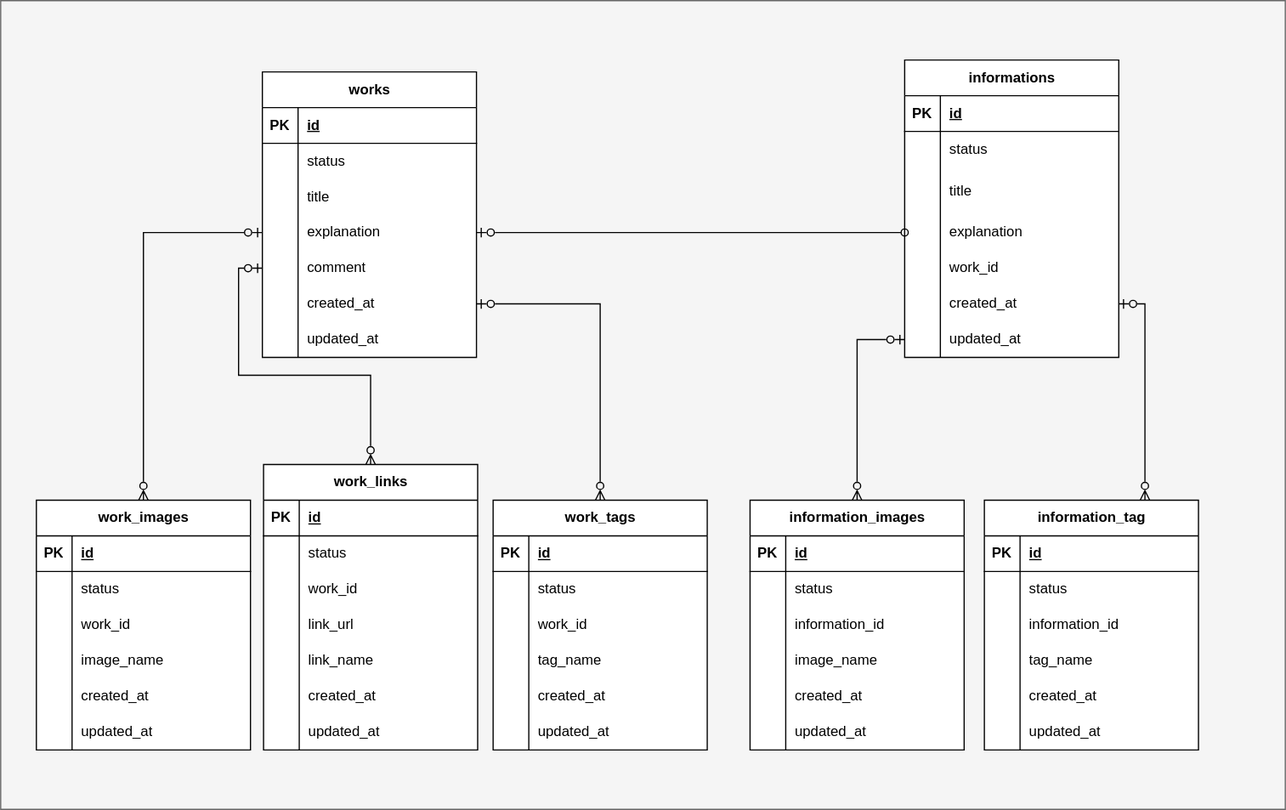
This is SpecificationDocuments/draw/img/portfolio-ER.svg from nekkiChan/Portfolio, a draw.io export, as it was before one commit. Source tidied: cells renumbered, new cells last; positions are measured from the earlier drawing's top-left corner, leaving out a move shared by most shapes.
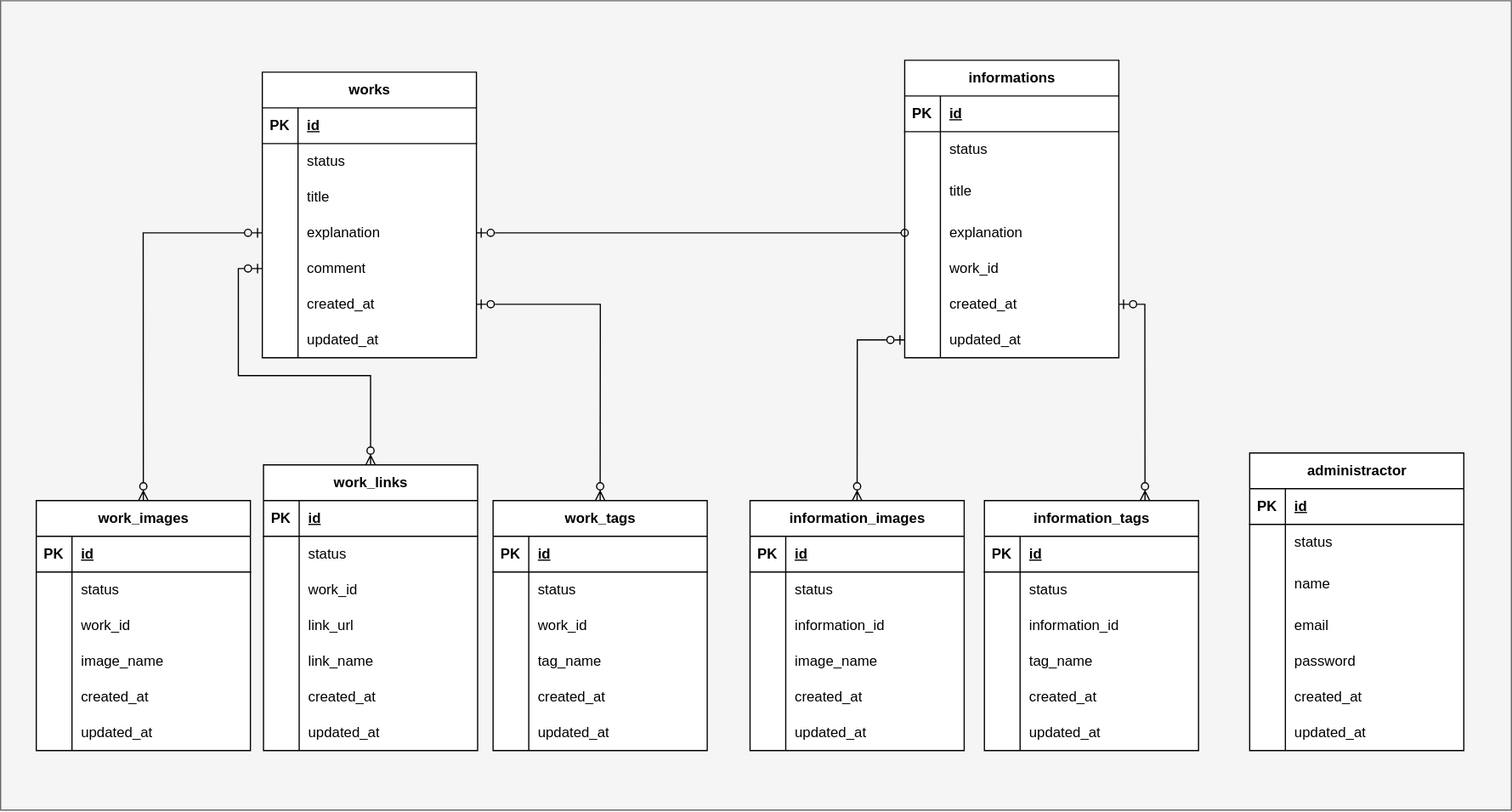
After the commit.

Commit message:
仕様書：データベース仕様書の変更

Diff of the diagram source:
```diff
@@ -3,7 +3,7 @@
     <mxCell id="0" />
     <mxCell id="1" parent="0" />
     <mxCell id="2" style="verticalLabelPosition=bottom;verticalAlign=top;html=1;shape=mxgraph.basic.rect;fillColor2=none;strokeWidth=1;size=20;indent=5;fillColor=#f5f5f5;fontColor=#333333;strokeColor=#666666;" parent="1" vertex="1">
-      <mxGeometry width="1080" height="680" as="geometry" />
+      <mxGeometry width="1270" height="680" as="geometry" />
     </mxCell>
     <mxCell id="3" value="works" style="shape=table;startSize=30;rowLines=0;fontStyle=1;align=center;html=1;swimlaneFillColor=default;" parent="1" vertex="1">
       <mxGeometry x="220" y="60" width="180" height="240" as="geometry" />
@@ -389,7 +389,7 @@
     <mxCell id="130" style="edgeStyle=orthogonalEdgeStyle;rounded=0;jettySize=auto;html=1;exitX=0.75;exitY=0;exitDx=0;exitDy=0;entryX=1;entryY=0.5;entryDx=0;entryDy=0;endArrow=ERzeroToOne;endFill=0;startArrow=ERzeroToMany;startFill=0;" parent="1" edge="1" source="131" target="104">
       <mxGeometry relative="1" as="geometry" />
     </mxCell>
-    <mxCell id="131" value="information_tag" style="shape=table;startSize=30;rowLines=0;fontStyle=1;align=center;html=1;swimlaneFillColor=default;" parent="1" vertex="1">
+    <mxCell id="131" value="information_tags" style="shape=table;startSize=30;rowLines=0;fontStyle=1;align=center;html=1;swimlaneFillColor=default;" parent="1" vertex="1">
       <mxGeometry x="827" y="420" width="180" height="210" as="geometry" />
     </mxCell>
     <mxCell id="132" style="shape=tableRow;horizontal=0;startSize=0;swimlaneHead=0;swimlaneBody=0;fillColor=none;top=0;left=0;right=0;bottom=1;" parent="131" vertex="1">
@@ -449,5 +449,71 @@
     <mxCell id="150" style="edgeStyle=orthogonalEdgeStyle;rounded=0;jettySize=auto;html=1;exitX=1;exitY=0.5;exitDx=0;exitDy=0;entryX=0;entryY=0.5;entryDx=0;entryDy=0;endArrow=oval;endFill=0;startArrow=ERzeroToOne;startFill=0;" parent="1" edge="1" source="13" target="98">
       <mxGeometry relative="1" as="geometry" />
     </mxCell>
+    <mxCell id="151" value="administractor" style="shape=table;startSize=30;rowLines=0;fontStyle=1;align=center;html=1;swimlaneFillColor=default;" parent="1" vertex="1">
+      <mxGeometry x="1050" y="380" width="180" height="250" as="geometry" />
+    </mxCell>
+    <mxCell id="152" style="shape=tableRow;horizontal=0;startSize=0;swimlaneHead=0;swimlaneBody=0;fillColor=none;top=0;left=0;right=0;bottom=1;" parent="151" vertex="1">
+      <mxGeometry y="30" width="180" height="30" as="geometry" />
+    </mxCell>
+    <mxCell id="153" value="PK" style="shape=partialRectangle;fillColor=none;top=0;left=0;bottom=0;right=0;fontStyle=1;overflow=hidden;whiteSpace=wrap;html=1;" parent="152" vertex="1">
+      <mxGeometry width="30" height="30" as="geometry" />
+    </mxCell>
+    <mxCell id="154" value="id" style="shape=partialRectangle;fillColor=none;top=0;left=0;bottom=0;right=0;align=left;spacingLeft=6;fontStyle=5;overflow=hidden;whiteSpace=wrap;html=1;" parent="152" vertex="1">
+      <mxGeometry x="30" width="150" height="30" as="geometry" />
+    </mxCell>
+    <mxCell id="155" style="shape=tableRow;horizontal=0;startSize=0;swimlaneHead=0;swimlaneBody=0;fillColor=none;top=0;left=0;right=0;bottom=0;" parent="151" vertex="1">
+      <mxGeometry y="60" width="180" height="30" as="geometry" />
+    </mxCell>
+    <mxCell id="156" style="shape=partialRectangle;fillColor=none;top=0;left=0;bottom=0;right=0;overflow=hidden;whiteSpace=wrap;html=1;" parent="155" vertex="1">
+      <mxGeometry width="30" height="30" as="geometry" />
+    </mxCell>
+    <mxCell id="157" value="status" style="shape=partialRectangle;fillColor=none;top=0;left=0;bottom=0;right=0;align=left;spacingLeft=6;overflow=hidden;whiteSpace=wrap;html=1;" parent="155" vertex="1">
+      <mxGeometry x="30" width="150" height="30" as="geometry" />
+    </mxCell>
+    <mxCell id="158" style="shape=tableRow;horizontal=0;startSize=0;swimlaneHead=0;swimlaneBody=0;fillColor=none;top=0;left=0;right=0;bottom=0;" parent="151" vertex="1">
+      <mxGeometry y="90" width="180" height="40" as="geometry" />
+    </mxCell>
+    <mxCell id="159" style="shape=partialRectangle;fillColor=none;top=0;left=0;bottom=0;right=0;overflow=hidden;whiteSpace=wrap;html=1;" parent="158" vertex="1">
+      <mxGeometry width="30" height="40" as="geometry" />
+    </mxCell>
+    <mxCell id="160" value="name" style="shape=partialRectangle;fillColor=none;top=0;left=0;bottom=0;right=0;align=left;spacingLeft=6;overflow=hidden;whiteSpace=wrap;html=1;" parent="158" vertex="1">
+      <mxGeometry x="30" width="150" height="40" as="geometry" />
+    </mxCell>
+    <mxCell id="161" style="shape=tableRow;horizontal=0;startSize=0;swimlaneHead=0;swimlaneBody=0;fillColor=none;top=0;left=0;right=0;bottom=0;" parent="151" vertex="1">
+      <mxGeometry y="130" width="180" height="30" as="geometry" />
+    </mxCell>
+    <mxCell id="162" style="shape=partialRectangle;fillColor=none;top=0;left=0;bottom=0;right=0;overflow=hidden;whiteSpace=wrap;html=1;" parent="161" vertex="1">
+      <mxGeometry width="30" height="30" as="geometry" />
+    </mxCell>
+    <mxCell id="163" value="email" style="shape=partialRectangle;fillColor=none;top=0;left=0;bottom=0;right=0;align=left;spacingLeft=6;overflow=hidden;whiteSpace=wrap;html=1;" parent="161" vertex="1">
+      <mxGeometry x="30" width="150" height="30" as="geometry" />
+    </mxCell>
+    <mxCell id="164" style="shape=tableRow;horizontal=0;startSize=0;swimlaneHead=0;swimlaneBody=0;fillColor=none;top=0;left=0;right=0;bottom=0;" parent="151" vertex="1">
+      <mxGeometry y="160" width="180" height="30" as="geometry" />
+    </mxCell>
+    <mxCell id="165" style="shape=partialRectangle;fillColor=none;top=0;left=0;bottom=0;right=0;overflow=hidden;whiteSpace=wrap;html=1;" parent="164" vertex="1">
+      <mxGeometry width="30" height="30" as="geometry" />
+    </mxCell>
+    <mxCell id="166" value="password" style="shape=partialRectangle;fillColor=none;top=0;left=0;bottom=0;right=0;align=left;spacingLeft=6;overflow=hidden;whiteSpace=wrap;html=1;" parent="164" vertex="1">
+      <mxGeometry x="30" width="150" height="30" as="geometry" />
+    </mxCell>
+    <mxCell id="167" style="shape=tableRow;horizontal=0;startSize=0;swimlaneHead=0;swimlaneBody=0;fillColor=none;top=0;left=0;right=0;bottom=0;" parent="151" vertex="1">
+      <mxGeometry y="190" width="180" height="30" as="geometry" />
+    </mxCell>
+    <mxCell id="168" style="shape=partialRectangle;fillColor=none;top=0;left=0;bottom=0;right=0;overflow=hidden;whiteSpace=wrap;html=1;" parent="167" vertex="1">
+      <mxGeometry width="30" height="30" as="geometry" />
+    </mxCell>
+    <mxCell id="169" value="created_at" style="shape=partialRectangle;fillColor=none;top=0;left=0;bottom=0;right=0;align=left;spacingLeft=6;overflow=hidden;whiteSpace=wrap;html=1;" parent="167" vertex="1">
+      <mxGeometry x="30" width="150" height="30" as="geometry" />
+    </mxCell>
+    <mxCell id="170" style="shape=tableRow;horizontal=0;startSize=0;swimlaneHead=0;swimlaneBody=0;fillColor=none;top=0;left=0;right=0;bottom=0;" parent="151" vertex="1">
+      <mxGeometry y="220" width="180" height="30" as="geometry" />
+    </mxCell>
+    <mxCell id="171" style="shape=partialRectangle;fillColor=none;top=0;left=0;bottom=0;right=0;overflow=hidden;whiteSpace=wrap;html=1;" parent="170" vertex="1">
+      <mxGeometry width="30" height="30" as="geometry" />
+    </mxCell>
+    <mxCell id="172" value="updated_at" style="shape=partialRectangle;fillColor=none;top=0;left=0;bottom=0;right=0;align=left;spacingLeft=6;overflow=hidden;whiteSpace=wrap;html=1;" parent="170" vertex="1">
+      <mxGeometry x="30" width="150" height="30" as="geometry" />
+    </mxCell>
   </root>
 </mxGraphModel>
```
